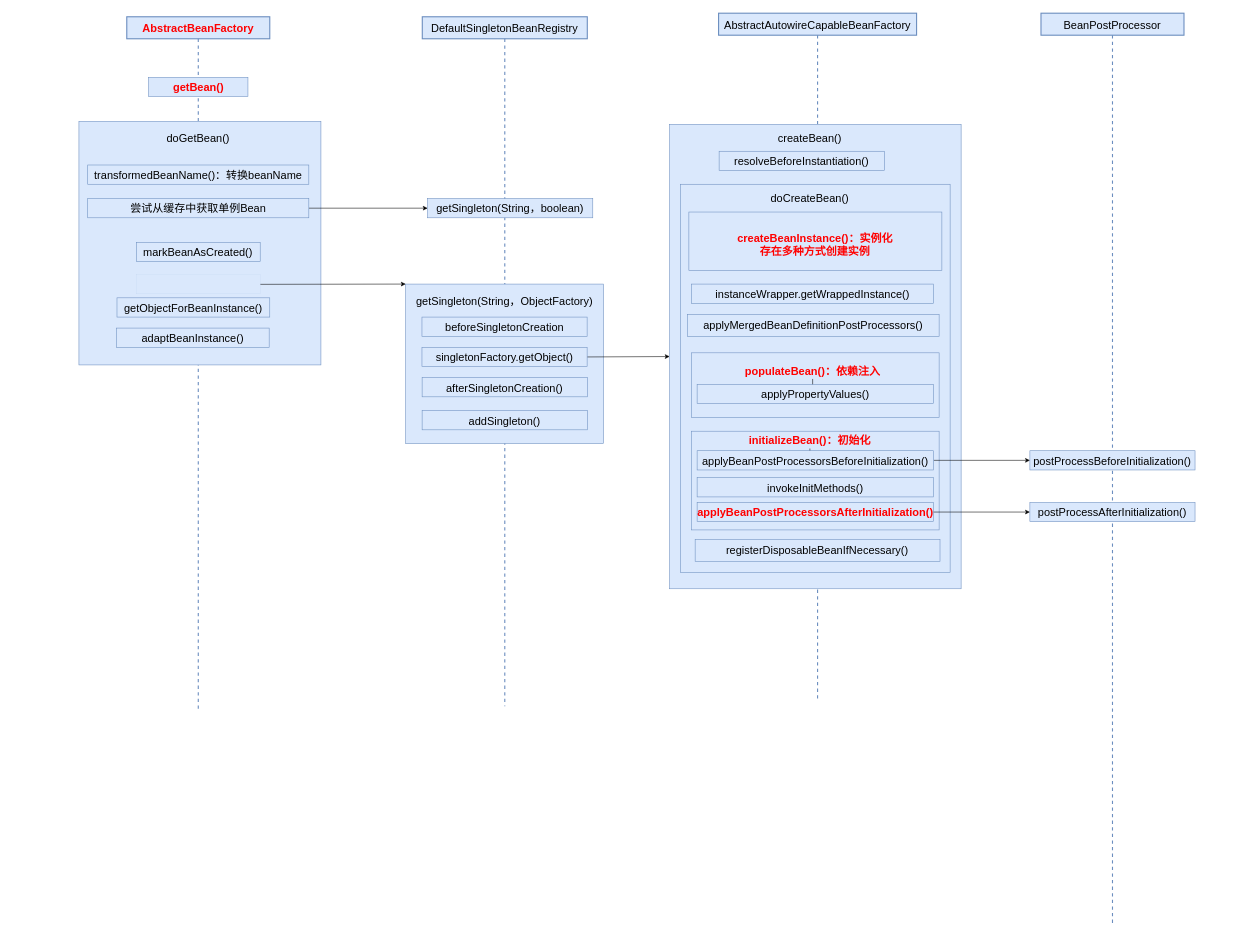
Earlier version of the draw.io diagram dubbo-learning-doc/drawio/5_Spring获取Bean的过程.drawio (czwer/dubbo-learning). Source tidied: cells renumbered, new cells numbered last; positions are measured from the earlier drawing's top-left corner, leaving out a move shared by most shapes. Both pictures are drawn from the tidied source at 55%, with x=0, y=0 at pixel (79, 13).
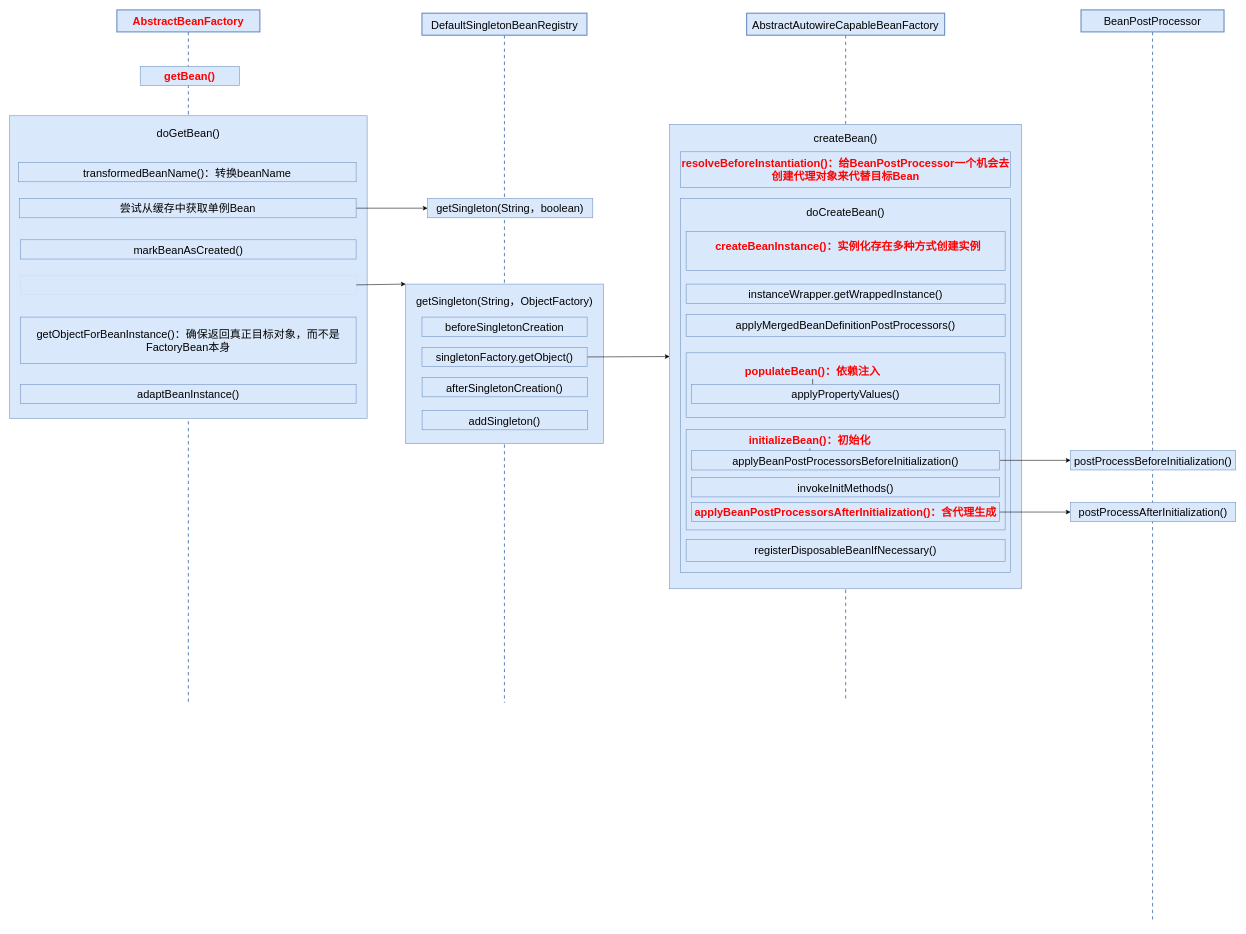
After the change.

The edit, as a diff of the source:
```diff
@@
     <mxCell id="2" value="AbstractBeanFactory" style="shape=umlLifeline;perimeter=lifelinePerimeter;whiteSpace=wrap;html=1;newEdgeStyle={&quot;curved&quot;:0,&quot;rounded&quot;:0};fontSize=20;fillColor=#dae8fc;strokeColor=#6c8ebf;strokeWidth=2;fontStyle=1;fontColor=#FF0000;" parent="1" vertex="1">
-      <mxGeometry x="87" y="6" width="260" height="1262" as="geometry" />
+      <mxGeometry x="69" y="-6.5" width="260" height="1262" as="geometry" />
     </mxCell>
     <mxCell id="3" value="getBean()" style="html=1;whiteSpace=wrap;fontSize=20;fillColor=#dae8fc;strokeColor=#6c8ebf;fontStyle=1;fontColor=#FF0000;" parent="1" vertex="1">
-      <mxGeometry x="126.7" y="116" width="180.6" height="35" as="geometry" />
+      <mxGeometry x="111.4" y="96" width="180.6" height="35" as="geometry" />
     </mxCell>
     <mxCell id="4" style="html=1;whiteSpace=wrap;fontSize=20;fillColor=#dae8fc;strokeColor=#6c8ebf;" parent="1" vertex="1">
-      <mxGeometry y="196" width="440" height="443" as="geometry" />
+      <mxGeometry x="-126" y="186" width="650" height="550" as="geometry" />
     </mxCell>
     <mxCell id="5" value="DefaultSingletonBeanRegistry" style="shape=umlLifeline;perimeter=lifelinePerimeter;whiteSpace=wrap;html=1;newEdgeStyle={&quot;curved&quot;:0,&quot;rounded&quot;:0};fontSize=20;fillColor=#dae8fc;strokeColor=#6c8ebf;strokeWidth=2;" parent="1" vertex="1">
-      <mxGeometry x="624.3" y="6" width="300" height="1253.8" as="geometry" />
+      <mxGeometry x="623.7" y="-0.5" width="300" height="1253.8" as="geometry" />
     </mxCell>
@@
     <mxCell id="8" value="markBeanAsCreated()" style="html=1;whiteSpace=wrap;fontSize=20;fillColor=#dae8fc;strokeColor=#6c8ebf;" parent="1" vertex="1">
-      <mxGeometry x="104.4" y="416" width="225.2" height="35" as="geometry" />
+      <mxGeometry x="-106" y="411.5" width="610" height="35" as="geometry" />
     </mxCell>
     <mxCell id="9" value="&lt;span style=&quot;font-size: 20px;&quot;&gt;doGetBean()&lt;/span&gt;" style="text;html=1;align=center;verticalAlign=middle;whiteSpace=wrap;rounded=0;" parent="1" vertex="1">
-      <mxGeometry x="157" y="201.5" width="120" height="50" as="geometry" />
+      <mxGeometry x="139" y="191.5" width="120" height="50" as="geometry" />
     </mxCell>
@@
     <mxCell id="14" value="AbstractAutowireCapableBeanFactory" style="shape=umlLifeline;perimeter=lifelinePerimeter;whiteSpace=wrap;html=1;newEdgeStyle={&quot;curved&quot;:0,&quot;rounded&quot;:0};fontSize=20;fillColor=#dae8fc;strokeColor=#6c8ebf;strokeWidth=2;" parent="1" vertex="1">
-      <mxGeometry x="1163" y="-0.5" width="360" height="1250" as="geometry" />
+      <mxGeometry x="1214" y="-0.5" width="360" height="1250" as="geometry" />
     </mxCell>
     <mxCell id="15" style="html=1;whiteSpace=wrap;fontSize=20;fillColor=#dae8fc;strokeColor=#6c8ebf;" parent="1" vertex="1">
-      <mxGeometry x="1074" y="201.5" width="530" height="844.5" as="geometry" />
+      <mxGeometry x="1074" y="201.5" width="640" height="844.5" as="geometry" />
     </mxCell>
@@
     <mxCell id="19" style="html=1;whiteSpace=wrap;fontSize=20;fillColor=#dae8fc;strokeColor=#6c8ebf;strokeWidth=0;" parent="1" vertex="1">
-      <mxGeometry x="104.4" y="475" width="225.2" height="35" as="geometry" />
+      <mxGeometry x="-106" y="476" width="610" height="35" as="geometry" />
     </mxCell>
-    <mxCell id="20" value="getObjectForBeanInstance()" style="html=1;whiteSpace=wrap;fontSize=20;fillColor=#dae8fc;strokeColor=#6c8ebf;" parent="1" vertex="1">
-      <mxGeometry x="69.2" y="517" width="277.8" height="35" as="geometry" />
+    <mxCell id="20" value="getObjectForBeanInstance()：确保返回真正目标对象，而不是FactoryBean本身" style="html=1;whiteSpace=wrap;fontSize=20;fillColor=#dae8fc;strokeColor=#6c8ebf;" parent="1" vertex="1">
+      <mxGeometry x="-106" y="552" width="610" height="84" as="geometry" />
     </mxCell>
     <mxCell id="21" value="尝试从缓存中获取单例Bean" style="html=1;whiteSpace=wrap;fontSize=20;fillColor=#dae8fc;strokeColor=#6c8ebf;strokeWidth=1;" parent="1" vertex="1">
-      <mxGeometry x="16" y="336.5" width="402" height="35" as="geometry" />
+      <mxGeometry x="-108" y="336.5" width="612" height="35" as="geometry" />
     </mxCell>
@@
     <mxCell id="23" value="&lt;span style=&quot;font-size: 20px;&quot;&gt;createBean()&lt;/span&gt;" style="text;html=1;align=center;verticalAlign=middle;whiteSpace=wrap;rounded=0;" parent="1" vertex="1">
-      <mxGeometry x="1254" y="210.5" width="150" height="30" as="geometry" />
+      <mxGeometry x="1319" y="211.5" width="150" height="30" as="geometry" />
     </mxCell>
-    <mxCell id="24" value="resolveBeforeInstantiation()" style="html=1;whiteSpace=wrap;fontSize=20;fillColor=#dae8fc;strokeColor=#6c8ebf;" parent="1" vertex="1">
-      <mxGeometry x="1164" y="250.5" width="300.3" height="35" as="geometry" />
+    <mxCell id="24" value="&lt;b&gt;&lt;font style=&quot;color: rgb(255, 0, 0);&quot;&gt;resolveBeforeInstantiation()：给BeanPostProcessor一个机会去创建代理对象来代替目标Bean&lt;/font&gt;&lt;/b&gt;" style="html=1;whiteSpace=wrap;fontSize=20;fillColor=#dae8fc;strokeColor=#6c8ebf;" parent="1" vertex="1">
+      <mxGeometry x="1094" y="251.5" width="600" height="64.5" as="geometry" />
     </mxCell>
     <mxCell id="25" style="html=1;whiteSpace=wrap;fontSize=20;fillColor=#dae8fc;strokeColor=#6c8ebf;" parent="1" vertex="1">
-      <mxGeometry x="1094" y="310.5" width="490" height="705.5" as="geometry" />
+      <mxGeometry x="1094" y="336" width="600" height="680" as="geometry" />
     </mxCell>
     <mxCell id="26" value="&lt;span style=&quot;font-size: 20px;&quot;&gt;doCreateBean()&lt;/span&gt;" style="text;html=1;align=center;verticalAlign=middle;whiteSpace=wrap;rounded=0;" parent="1" vertex="1">
-      <mxGeometry x="1254" y="319.5" width="150" height="30" as="geometry" />
+      <mxGeometry x="1319" y="346" width="150" height="30" as="geometry" />
     </mxCell>
     <mxCell id="27" style="html=1;whiteSpace=wrap;fontSize=20;fillColor=#dae8fc;strokeColor=#6c8ebf;" parent="1" vertex="1">
-      <mxGeometry x="1109" y="361" width="460" height="106.5" as="geometry" />
+      <mxGeometry x="1104" y="396" width="580" height="71.5" as="geometry" />
     </mxCell>
     <mxCell id="28" value="applyMergedBeanDefinitionPostProcessors()" style="html=1;whiteSpace=wrap;fontSize=20;fillColor=#dae8fc;strokeColor=#6c8ebf;" parent="1" vertex="1">
-      <mxGeometry x="1106.4" y="547" width="457.6" height="40" as="geometry" />
+      <mxGeometry x="1104" y="547" width="580" height="40" as="geometry" />
     </mxCell>
     <mxCell id="29" style="html=1;whiteSpace=wrap;fontSize=20;fillColor=#dae8fc;strokeColor=#6c8ebf;" parent="1" vertex="1">
-      <mxGeometry x="1114" y="617" width="450" height="117.5" as="geometry" />
+      <mxGeometry x="1104" y="617" width="580" height="117.5" as="geometry" />
     </mxCell>
     <mxCell id="30" style="html=1;whiteSpace=wrap;fontSize=20;fillColor=#dae8fc;strokeColor=#6c8ebf;" parent="1" vertex="1">
-      <mxGeometry x="1114" y="759.5" width="450" height="179.5" as="geometry" />
+      <mxGeometry x="1104" y="756" width="580" height="183" as="geometry" />
     </mxCell>
     <mxCell id="31" value="registerDisposableBeanIfNecessary()" style="html=1;whiteSpace=wrap;fontSize=20;fillColor=#dae8fc;strokeColor=#6c8ebf;" parent="1" vertex="1">
-      <mxGeometry x="1120.4" y="956" width="445.2" height="40" as="geometry" />
+      <mxGeometry x="1104" y="956" width="580" height="40" as="geometry" />
     </mxCell>
@@
     <mxCell id="34" value="applyPropertyValues()" style="html=1;whiteSpace=wrap;fontSize=20;fillColor=#dae8fc;strokeColor=#6c8ebf;" parent="1" vertex="1">
-      <mxGeometry x="1124" y="674.5" width="430" height="35" as="geometry" />
+      <mxGeometry x="1114" y="674.5" width="560" height="35" as="geometry" />
     </mxCell>
     <mxCell id="35" value="adaptBeanInstance()" style="html=1;whiteSpace=wrap;fontSize=20;fillColor=#dae8fc;strokeColor=#6c8ebf;" parent="1" vertex="1">
-      <mxGeometry x="68.1" y="572" width="277.8" height="35" as="geometry" />
+      <mxGeometry x="-106" y="674.5" width="610" height="35" as="geometry" />
     </mxCell>
     <mxCell id="36" value="BeanPostProcessor" style="shape=umlLifeline;perimeter=lifelinePerimeter;whiteSpace=wrap;html=1;newEdgeStyle={&quot;curved&quot;:0,&quot;rounded&quot;:0};fontSize=20;fillColor=#dae8fc;strokeColor=#6c8ebf;strokeWidth=2;" parent="1" vertex="1">
-      <mxGeometry x="1749.2" y="-0.5" width="260" height="1656.5" as="geometry" />
+      <mxGeometry x="1822" y="-6.5" width="260" height="1656.5" as="geometry" />
     </mxCell>
     <mxCell id="37" value="postProcessBeforeInitialization()" style="html=1;whiteSpace=wrap;fontSize=20;fillColor=#dae8fc;strokeColor=#6c8ebf;" parent="1" vertex="1">
-      <mxGeometry x="1729" y="795" width="300.3" height="35" as="geometry" />
+      <mxGeometry x="1803" y="795" width="300.3" height="35" as="geometry" />
     </mxCell>
@@
     <mxCell id="41" value="applyBeanPostProcessorsBeforeInitialization()" style="html=1;whiteSpace=wrap;fontSize=20;fillColor=#dae8fc;strokeColor=#6c8ebf;" parent="1" vertex="1">
-      <mxGeometry x="1124" y="795" width="430" height="35" as="geometry" />
+      <mxGeometry x="1114" y="795" width="560" height="35" as="geometry" />
     </mxCell>
-    <mxCell id="42" value="&lt;b&gt;&lt;font style=&quot;color: rgb(255, 0, 0);&quot;&gt;applyBeanPostProcessorsAfterInitialization()&lt;/font&gt;&lt;/b&gt;" style="html=1;whiteSpace=wrap;fontSize=20;fillColor=#dae8fc;strokeColor=#6c8ebf;" parent="1" vertex="1">
-      <mxGeometry x="1124" y="889" width="430" height="35" as="geometry" />
+    <mxCell id="42" value="&lt;b&gt;&lt;font style=&quot;color: rgb(255, 0, 0);&quot;&gt;applyBeanPostProcessorsAfterInitialization()：含代理生成&lt;/font&gt;&lt;/b&gt;" style="html=1;whiteSpace=wrap;fontSize=20;fillColor=#dae8fc;strokeColor=#6c8ebf;" parent="1" vertex="1">
+      <mxGeometry x="1114" y="889" width="560" height="35" as="geometry" />
     </mxCell>
     <mxCell id="43" value="invokeInitMethods()" style="html=1;whiteSpace=wrap;fontSize=20;fillColor=#dae8fc;strokeColor=#6c8ebf;" parent="1" vertex="1">
-      <mxGeometry x="1124" y="844" width="430" height="35" as="geometry" />
+      <mxGeometry x="1114" y="844" width="560" height="35" as="geometry" />
     </mxCell>
     <mxCell id="44" value="postProcessAfterInitialization()" style="html=1;whiteSpace=wrap;fontSize=20;fillColor=#dae8fc;strokeColor=#6c8ebf;" parent="1" vertex="1">
-      <mxGeometry x="1729" y="889" width="300.3" height="35" as="geometry" />
+      <mxGeometry x="1803" y="889" width="300.3" height="35" as="geometry" />
     </mxCell>
@@
     <mxCell id="46" value="instanceWrapper.getWrappedInstance()" style="html=1;whiteSpace=wrap;fontSize=20;fillColor=#dae8fc;strokeColor=#6c8ebf;strokeWidth=1;" parent="1" vertex="1">
-      <mxGeometry x="1114" y="492" width="440" height="35" as="geometry" />
+      <mxGeometry x="1104" y="492" width="580" height="35" as="geometry" />
     </mxCell>
-    <mxCell id="47" value="&lt;span style=&quot;font-size: 20px;&quot;&gt;&lt;span&gt;createBeanInstance()：实例化&lt;/span&gt;&lt;/span&gt;&lt;div&gt;&lt;span style=&quot;font-size: 20px;&quot;&gt;存在多种方式创建实例&lt;/span&gt;&lt;/div&gt;" style="text;html=1;align=center;verticalAlign=middle;whiteSpace=wrap;rounded=0;fontColor=#FF0000;fontStyle=1;" parent="1" vertex="1">
-      <mxGeometry x="1123.4" y="371.5" width="430.6" height="96" as="geometry" />
+    <mxCell id="47" value="&lt;span style=&quot;font-size: 20px;&quot;&gt;&lt;span&gt;createBeanInstance()：实例化&lt;/span&gt;&lt;/span&gt;&lt;span style=&quot;font-size: 20px; background-color: transparent; color: light-dark(rgb(255, 0, 0), rgb(255, 144, 144));&quot;&gt;存在多种方式创建实例&lt;/span&gt;" style="text;html=1;align=center;verticalAlign=middle;whiteSpace=wrap;rounded=0;fontColor=#FF0000;fontStyle=1;" parent="1" vertex="1">
+      <mxGeometry x="1123.4" y="406" width="550.6" height="34.5" as="geometry" />
     </mxCell>
     <mxCell id="48" value="transformedBeanName()：转换beanName" style="html=1;whiteSpace=wrap;fontSize=20;fillColor=#dae8fc;strokeColor=#6c8ebf;" parent="1" vertex="1">
-      <mxGeometry x="16" y="275.5" width="402" height="35" as="geometry" />
+      <mxGeometry x="-110" y="271" width="614" height="35" as="geometry" />
     </mxCell>
```
